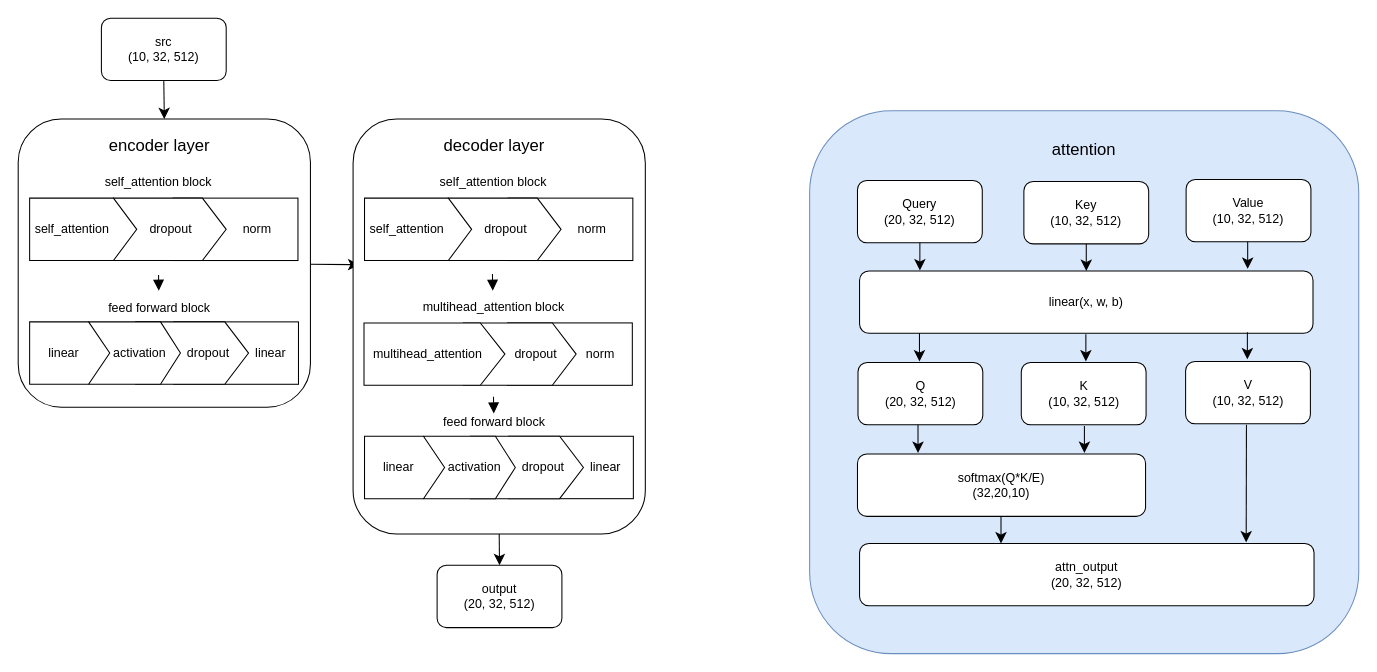
Earlier version of the draw.io diagram torch_trans1.drawio (wxxsusie/files). Source tidied: cells renumbered, new cells numbered last; positions are measured from the earlier drawing's top-left corner, leaving out a move shared by most shapes. Both pictures are drawn from the tidied source at 104%, with x=0, y=0 at pixel (18, 18).
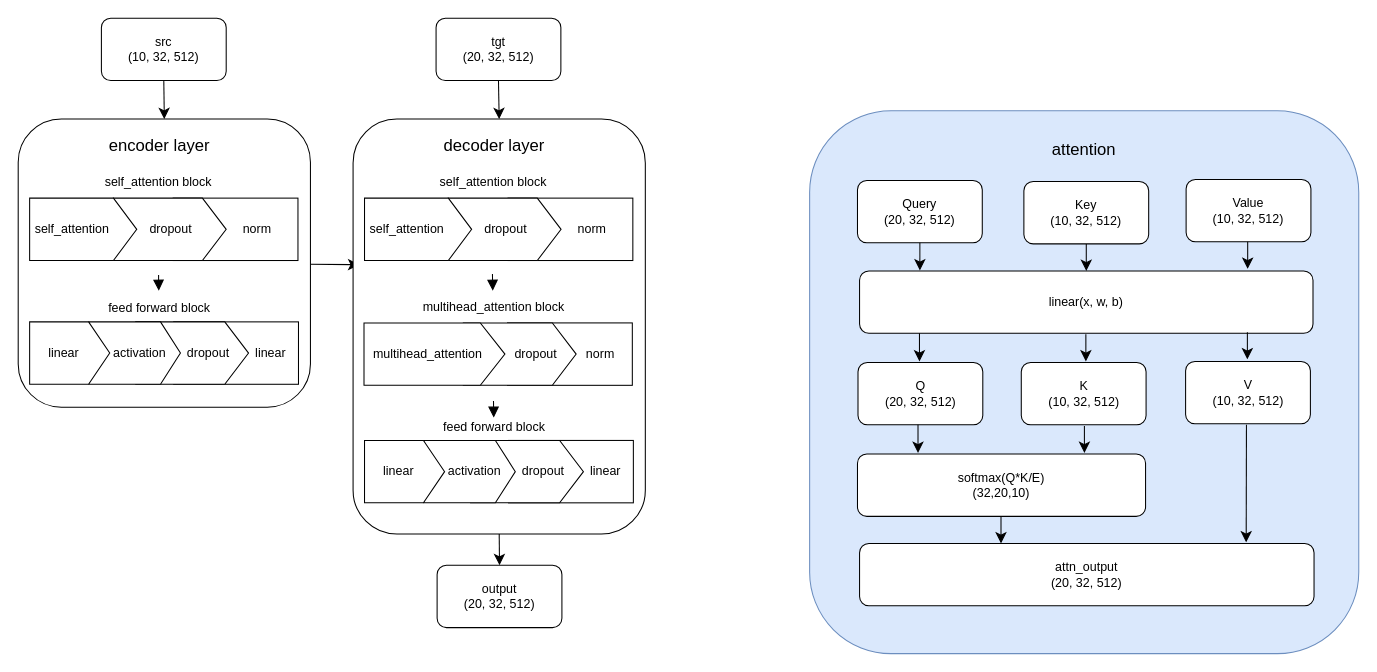
Above is the later version.

Unchanged cells that the change refers to:
```xml
<mxCell id="24" style="rounded=1;whiteSpace=wrap;html=1;" parent="1" vertex="1">
  <mxGeometry x="322" y="97" width="281" height="399" as="geometry" />
</mxCell>
```

Diff of the diagram source:
```diff
@@
     <mxCell id="26" value="&lt;font style=&quot;font-size: 12px;&quot;&gt;feed forward block&lt;/font&gt;" style="text;html=1;align=center;verticalAlign=middle;whiteSpace=wrap;rounded=0;fontSize=16;" parent="1" vertex="1">
-      <mxGeometry x="396" y="372" width="123.5" height="30" as="geometry" />
+      <mxGeometry x="396" y="376" width="123.5" height="30" as="geometry" />
     </mxCell>
@@
     <mxCell id="34" style="rounded=0;whiteSpace=wrap;html=1;" parent="1" vertex="1">
-      <mxGeometry x="471.5" y="402" width="120" height="60" as="geometry" />
+      <mxGeometry x="471.5" y="406" width="120" height="60" as="geometry" />
     </mxCell>
     <mxCell id="35" style="verticalLabelPosition=bottom;verticalAlign=top;html=1;shape=offPageConnector;rounded=0;size=0.21094122680101526;direction=north;" parent="1" vertex="1">
-      <mxGeometry x="435" y="402" width="108.5" height="60" as="geometry" />
+      <mxGeometry x="435" y="406" width="108.5" height="60" as="geometry" />
     </mxCell>
     <mxCell id="36" style="verticalLabelPosition=bottom;verticalAlign=top;html=1;shape=offPageConnector;rounded=0;size=0.21788995242813258;direction=north;" parent="1" vertex="1">
-      <mxGeometry x="390" y="402" width="88" height="60" as="geometry" />
+      <mxGeometry x="390" y="406" width="88" height="60" as="geometry" />
     </mxCell>
     <mxCell id="37" value="&lt;font style=&quot;font-size: 12px;&quot;&gt;activation&lt;/font&gt;" style="text;html=1;align=center;verticalAlign=middle;whiteSpace=wrap;rounded=0;fontSize=16;" parent="1" vertex="1">
-      <mxGeometry x="409" y="414.5" width="60" height="30" as="geometry" />
+      <mxGeometry x="409" y="418.5" width="60" height="30" as="geometry" />
     </mxCell>
     <mxCell id="38" value="&lt;font style=&quot;font-size: 12px;&quot;&gt;dropout&lt;/font&gt;" style="text;html=1;align=center;verticalAlign=middle;whiteSpace=wrap;rounded=0;fontSize=16;" parent="1" vertex="1">
-      <mxGeometry x="474.5" y="415" width="60" height="30" as="geometry" />
+      <mxGeometry x="474.5" y="419" width="60" height="30" as="geometry" />
     </mxCell>
     <mxCell id="39" value="&lt;font style=&quot;font-size: 12px;&quot;&gt;linear&lt;/font&gt;" style="text;html=1;align=center;verticalAlign=middle;whiteSpace=wrap;rounded=0;fontSize=16;" parent="1" vertex="1">
-      <mxGeometry x="539" y="416" width="51.5" height="27" as="geometry" />
+      <mxGeometry x="539" y="420" width="51.5" height="27" as="geometry" />
     </mxCell>
     <mxCell id="40" style="verticalLabelPosition=bottom;verticalAlign=top;html=1;shape=offPageConnector;rounded=0;size=0.2640463098303064;direction=north;" parent="1" vertex="1">
-      <mxGeometry x="333" y="402" width="77" height="60" as="geometry" />
+      <mxGeometry x="333" y="406" width="77" height="60" as="geometry" />
     </mxCell>
     <mxCell id="41" value="&lt;font style=&quot;font-size: 12px;&quot;&gt;linear&lt;/font&gt;" style="text;html=1;align=center;verticalAlign=middle;whiteSpace=wrap;rounded=0;fontSize=16;" parent="1" vertex="1">
-      <mxGeometry x="336" y="415" width="60" height="30" as="geometry" />
+      <mxGeometry x="336" y="419" width="60" height="30" as="geometry" />
     </mxCell>
     <mxCell id="42" style="endArrow=block;html=1;rounded=0;fontSize=12;startSize=8;endSize=8;curved=1;endFill=1;" parent="1" edge="1">
       <mxGeometry relative="1" as="geometry">
-        <mxPoint x="457" y="364" as="sourcePoint" />
-        <mxPoint x="457.3" y="380" as="targetPoint" />
+        <mxPoint x="457" y="368" as="sourcePoint" />
+        <mxPoint x="457.3" y="384" as="targetPoint" />
       </mxGeometry>
     </mxCell>
@@
+    <mxCell id="74" value="&lt;div&gt;tgt&lt;br&gt;(20, 32, 512)&lt;/div&gt;" style="rounded=1;whiteSpace=wrap;html=1;" parent="1" vertex="1">
+      <mxGeometry x="401.8" width="120" height="60" as="geometry" />
+    </mxCell>
+    <mxCell id="75" style="endArrow=classic;html=1;rounded=0;fontSize=12;startSize=8;endSize=8;curved=1;exitX=0.5;exitY=1;exitDx=0;exitDy=0;entryX=0.5;entryY=0;entryDx=0;entryDy=0;" parent="1" edge="1" source="74" target="24">
+      <mxGeometry relative="1" as="geometry" />
+    </mxCell>
```
